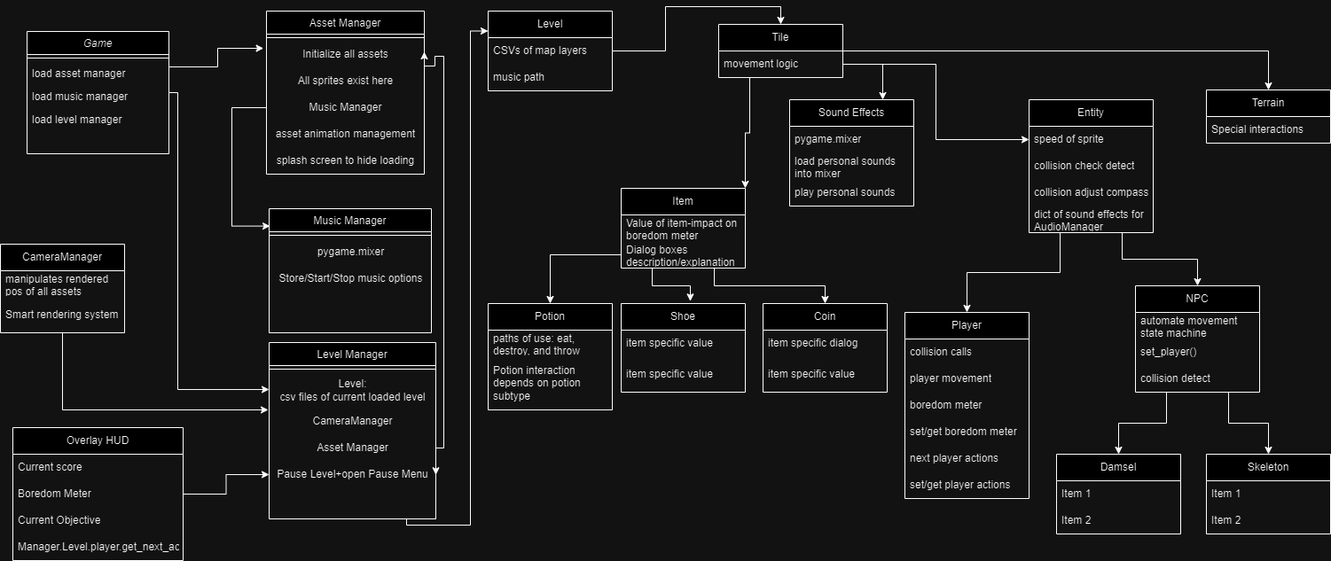
The draw.io diagram docs/Reluctant_Hero_System_Design.png in m-one-w/M1WEngine, before a commit. Source tidied: cells renumbered, new cells last; positions are measured from the earlier drawing's top-left corner, leaving out a move shared by most shapes.
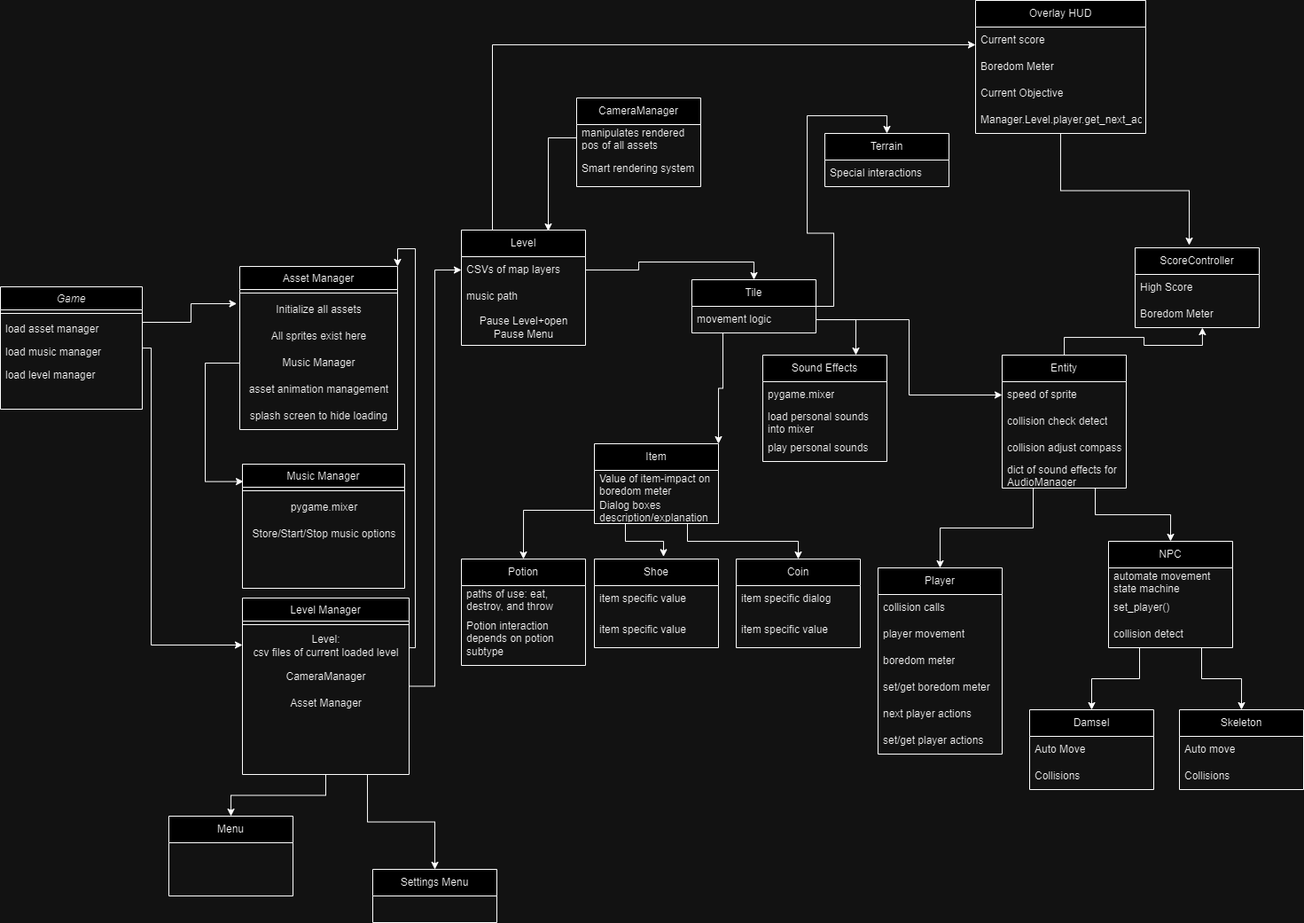
The same file after the commit.

Commit message:
Update system design doc

The edit, as a diff of the source:
```diff
@@ -50,13 +50,20 @@
     <mxCell id="17" value="Store/Start/Stop music options" style="text;html=1;align=center;verticalAlign=middle;strokeColor=none;fillColor=none;" parent="14" vertex="1">
       <mxGeometry y="64" width="183" height="30" as="geometry" />
     </mxCell>
+    <mxCell id="96" style="edgeStyle=orthogonalEdgeStyle;rounded=0;jettySize=auto;html=1;entryX=0;entryY=0.5;entryDx=0;entryDy=0;" parent="1" edge="1" source="19" target="30">
+      <mxGeometry relative="1" as="geometry">
+        <Array as="points">
+          <mxPoint x="520" y="474" />
+          <mxPoint x="520" y="4" />
+        </Array>
+      </mxGeometry>
+    </mxCell>
-    <mxCell id="18" style="edgeStyle=orthogonalEdgeStyle;rounded=0;jettySize=auto;html=1;exitX=1;exitY=0.75;exitDx=0;exitDy=0;entryX=1;entryY=0.25;entryDx=0;entryDy=0;endArrow=classic;endFill=1;startArrow=classic;startFill=1;" parent="1" edge="1" source="19" target="7">
+    <mxCell id="18" style="edgeStyle=orthogonalEdgeStyle;rounded=0;jettySize=auto;html=1;entryX=1;entryY=0;entryDx=0;entryDy=0;" parent="1" edge="1" source="19" target="7">
       <mxGeometry relative="1" as="geometry">
         <Array as="points">
-          <mxPoint x="500" y="493" />
-          <mxPoint x="500" y="51" />
-          <mxPoint x="490" y="51" />
-          <mxPoint x="490" y="62" />
+          <mxPoint x="498" y="430" />
+          <mxPoint x="498" y="-20" />
+          <mxPoint x="478" y="-20" />
         </Array>
       </mxGeometry>
     </mxCell>
@@ -75,9 +82,6 @@
     <mxCell id="23" value="Asset Manager" style="text;html=1;align=center;verticalAlign=middle;strokeColor=none;fillColor=none;" parent="19" vertex="1">
       <mxGeometry y="104" width="188" height="30" as="geometry" />
     </mxCell>
-    <mxCell id="24" value="Pause Level+open Pause Menu" style="text;html=1;align=center;verticalAlign=middle;points=[];strokeColor=none;fillColor=none;" parent="19" vertex="1">
-      <mxGeometry y="134" width="188" height="30" as="geometry" />
-    </mxCell>
     <mxCell id="25" style="edgeStyle=orthogonalEdgeStyle;rounded=0;jettySize=auto;html=1;exitX=1;exitY=0.5;exitDx=0;exitDy=0;entryX=-0.019;entryY=0.267;entryDx=0;entryDy=0;entryPerimeter=0;" parent="1" edge="1" source="4" target="9">
       <mxGeometry relative="1" as="geometry">
         <Array as="points">
@@ -88,7 +92,7 @@
       </mxGeometry>
     </mxCell>
     <mxCell id="26" value="CameraManager" style="swimlane;fontStyle=0;horizontal=1;startSize=30;whiteSpace=wrap;html=1;" parent="1" vertex="1">
-      <mxGeometry y="263" width="140" height="100" as="geometry" />
+      <mxGeometry x="680" y="-190" width="140" height="100" as="geometry" />
     </mxCell>
     <mxCell id="27" value="manipulates rendered pos of all assets" style="text;strokeColor=none;fillColor=none;align=left;verticalAlign=middle;spacingLeft=4;spacingRight=4;overflow=hidden;points=[[0,0.5],[1,0.5]];portConstraint=eastwest;whiteSpace=wrap;html=1;" parent="26" vertex="1">
       <mxGeometry y="30" width="140" height="30" as="geometry" />
@@ -97,7 +101,7 @@
       <mxGeometry y="60" width="140" height="40" as="geometry" />
     </mxCell>
     <mxCell id="29" value="Level" style="swimlane;fontStyle=0;horizontal=1;startSize=30;whiteSpace=wrap;html=1;" parent="1" vertex="1">
-      <mxGeometry x="550" width="140" height="90" as="geometry" />
+      <mxGeometry x="550" y="-41" width="140" height="130" as="geometry" />
     </mxCell>
     <mxCell id="30" value="CSVs of map layers" style="text;strokeColor=none;fillColor=none;align=left;verticalAlign=middle;spacingLeft=4;spacingRight=4;overflow=hidden;points=[[0,0.5],[1,0.5]];portConstraint=eastwest;whiteSpace=wrap;html=1;" parent="29" vertex="1">
       <mxGeometry y="30" width="140" height="30" as="geometry" />
@@ -105,15 +109,9 @@
     <mxCell id="31" value="music path" style="text;strokeColor=none;fillColor=none;align=left;verticalAlign=middle;spacingLeft=4;spacingRight=4;overflow=hidden;whiteSpace=wrap;html=1;" parent="29" vertex="1">
       <mxGeometry y="60" width="140" height="30" as="geometry" />
     </mxCell>
-    <mxCell id="32" style="edgeStyle=orthogonalEdgeStyle;rounded=0;jettySize=auto;html=1;exitX=1;exitY=1;exitDx=0;exitDy=0;entryX=0;entryY=0.25;entryDx=0;entryDy=0;" parent="1" edge="1" source="19" target="29">
-      <mxGeometry relative="1" as="geometry">
-        <Array as="points">
-          <mxPoint x="458" y="580" />
-          <mxPoint x="530" y="580" />
-          <mxPoint x="530" y="23" />
-        </Array>
-      </mxGeometry>
-    </mxCell>
+    <mxCell id="24" value="Pause Level+open &lt;br&gt;Pause Menu" style="text;html=1;align=center;verticalAlign=middle;points=[];strokeColor=none;fillColor=none;" parent="29" vertex="1">
+      <mxGeometry y="90" width="140" height="40" as="geometry" />
+    </mxCell>
     <mxCell id="33" style="edgeStyle=orthogonalEdgeStyle;rounded=0;jettySize=auto;html=1;exitX=0.25;exitY=1;exitDx=0;exitDy=0;entryX=1;entryY=0;entryDx=0;entryDy=0;" parent="1" edge="1" source="35" target="38">
       <mxGeometry relative="1" as="geometry" />
     </mxCell>
@@ -144,6 +142,9 @@
     <mxCell id="42" style="edgeStyle=orthogonalEdgeStyle;rounded=0;jettySize=auto;html=1;exitX=0.75;exitY=1;exitDx=0;exitDy=0;entryX=0.5;entryY=0;entryDx=0;entryDy=0;" parent="1" edge="1" source="43" target="71">
       <mxGeometry relative="1" as="geometry" />
     </mxCell>
+    <mxCell id="97" style="edgeStyle=orthogonalEdgeStyle;rounded=0;jettySize=auto;html=1;entryX=0.542;entryY=1.001;entryDx=0;entryDy=0;entryPerimeter=0;" parent="1" edge="1" source="43" target="106">
+      <mxGeometry relative="1" as="geometry" />
+    </mxCell>
     <mxCell id="43" value="Entity" style="swimlane;fontStyle=0;horizontal=1;startSize=30;whiteSpace=wrap;html=1;" parent="1" vertex="1">
       <mxGeometry x="1160" y="100" width="140" height="150" as="geometry" />
     </mxCell>
@@ -171,19 +172,19 @@
     <mxCell id="51" value="Skeleton" style="swimlane;fontStyle=0;horizontal=1;startSize=30;whiteSpace=wrap;html=1;" parent="1" vertex="1">
       <mxGeometry x="1360" y="500" width="140" height="90" as="geometry" />
     </mxCell>
-    <mxCell id="52" value="Item 1" style="text;strokeColor=none;fillColor=none;align=left;verticalAlign=middle;spacingLeft=4;spacingRight=4;overflow=hidden;whiteSpace=wrap;html=1;" parent="51" vertex="1">
+    <mxCell id="52" value="Auto move" style="text;strokeColor=none;fillColor=none;align=left;verticalAlign=middle;spacingLeft=4;spacingRight=4;overflow=hidden;whiteSpace=wrap;html=1;" parent="51" vertex="1">
       <mxGeometry y="30" width="140" height="30" as="geometry" />
     </mxCell>
-    <mxCell id="53" value="Item 2" style="text;strokeColor=none;fillColor=none;align=left;verticalAlign=middle;spacingLeft=4;spacingRight=4;overflow=hidden;whiteSpace=wrap;html=1;" parent="51" vertex="1">
+    <mxCell id="53" value="Collisions" style="text;strokeColor=none;fillColor=none;align=left;verticalAlign=middle;spacingLeft=4;spacingRight=4;overflow=hidden;whiteSpace=wrap;html=1;" parent="51" vertex="1">
       <mxGeometry y="60" width="140" height="30" as="geometry" />
     </mxCell>
     <mxCell id="54" value="Damsel" style="swimlane;fontStyle=0;horizontal=1;startSize=30;whiteSpace=wrap;html=1;" parent="1" vertex="1">
       <mxGeometry x="1191" y="500" width="140" height="90" as="geometry" />
     </mxCell>
-    <mxCell id="55" value="Item 1" style="text;strokeColor=none;fillColor=none;align=left;verticalAlign=middle;spacingLeft=4;spacingRight=4;overflow=hidden;whiteSpace=wrap;html=1;" parent="54" vertex="1">
+    <mxCell id="55" value="Auto Move" style="text;strokeColor=none;fillColor=none;align=left;verticalAlign=middle;spacingLeft=4;spacingRight=4;overflow=hidden;whiteSpace=wrap;html=1;" parent="54" vertex="1">
       <mxGeometry y="30" width="140" height="30" as="geometry" />
     </mxCell>
-    <mxCell id="56" value="Item 2" style="text;strokeColor=none;fillColor=none;align=left;verticalAlign=middle;spacingLeft=4;spacingRight=4;overflow=hidden;whiteSpace=wrap;html=1;" parent="54" vertex="1">
+    <mxCell id="56" value="Collisions" style="text;strokeColor=none;fillColor=none;align=left;verticalAlign=middle;spacingLeft=4;spacingRight=4;overflow=hidden;whiteSpace=wrap;html=1;" parent="54" vertex="1">
       <mxGeometry y="60" width="140" height="30" as="geometry" />
     </mxCell>
     <mxCell id="57" value="Player" style="swimlane;fontStyle=0;horizontal=1;startSize=30;whiteSpace=wrap;html=1;" parent="1" vertex="1">
@@ -244,16 +245,20 @@
       <mxGeometry relative="1" as="geometry" />
     </mxCell>
     <mxCell id="76" value="Terrain" style="swimlane;fontStyle=0;horizontal=1;startSize=30;whiteSpace=wrap;html=1;" parent="1" vertex="1">
-      <mxGeometry x="1360" y="89" width="140" height="60" as="geometry" />
+      <mxGeometry x="960" y="-150" width="140" height="60" as="geometry" />
     </mxCell>
     <mxCell id="77" value="Special interactions" style="text;strokeColor=none;fillColor=none;align=left;verticalAlign=middle;spacingLeft=4;spacingRight=4;overflow=hidden;whiteSpace=wrap;html=1;" parent="76" vertex="1">
       <mxGeometry y="30" width="140" height="30" as="geometry" />
     </mxCell>
-    <mxCell id="78" style="edgeStyle=orthogonalEdgeStyle;rounded=0;jettySize=auto;html=1;" parent="1" edge="1" source="79" target="24">
-      <mxGeometry relative="1" as="geometry" />
-    </mxCell>
+    <mxCell id="98" style="edgeStyle=orthogonalEdgeStyle;rounded=0;jettySize=auto;html=1;exitX=0.25;exitY=0;exitDx=0;exitDy=0;" parent="1" edge="1" source="29" target="79">
+      <mxGeometry relative="1" as="geometry">
+        <Array as="points">
+          <mxPoint x="585" y="-250" />
+        </Array>
+      </mxGeometry>
+    </mxCell>
     <mxCell id="79" value="Overlay HUD" style="swimlane;fontStyle=0;horizontal=1;startSize=30;whiteSpace=wrap;html=1;" parent="1" vertex="1">
-      <mxGeometry x="14" y="470" width="192" height="150" as="geometry" />
+      <mxGeometry x="1130" y="-300" width="192" height="150" as="geometry" />
     </mxCell>
     <mxCell id="80" value="Current score" style="text;strokeColor=none;fillColor=none;align=left;verticalAlign=middle;spacingLeft=4;spacingRight=4;overflow=hidden;whiteSpace=wrap;html=1;" parent="79" vertex="1">
       <mxGeometry y="30" width="192" height="30" as="geometry" />
@@ -310,14 +315,32 @@
     <mxCell id="94" style="edgeStyle=orthogonalEdgeStyle;rounded=0;jettySize=auto;html=1;exitX=0;exitY=0.5;exitDx=0;exitDy=0;entryX=0.5;entryY=0;entryDx=0;entryDy=0;" parent="1" edge="1" source="40" target="91">
       <mxGeometry relative="1" as="geometry" />
     </mxCell>
-    <mxCell id="95" style="edgeStyle=orthogonalEdgeStyle;rounded=0;jettySize=auto;html=1;" parent="1" edge="1" source="28">
-      <mxGeometry relative="1" as="geometry">
-        <mxPoint x="302" y="450" as="targetPoint" />
-        <Array as="points">
-          <mxPoint x="70" y="450" />
-          <mxPoint x="302" y="450" />
-        </Array>
-      </mxGeometry>
-    </mxCell>
+    <mxCell id="99" style="edgeStyle=orthogonalEdgeStyle;rounded=0;jettySize=auto;html=1;exitX=0.5;exitY=1;exitDx=0;exitDy=0;" parent="1" edge="1" source="19" target="100">
+      <mxGeometry relative="1" as="geometry" />
+    </mxCell>
+    <mxCell id="100" value="Menu" style="swimlane;fontStyle=0;horizontal=1;startSize=30;whiteSpace=wrap;html=1;" parent="1" vertex="1">
+      <mxGeometry x="220" y="620" width="140" height="90" as="geometry" />
+    </mxCell>
+    <mxCell id="101" style="edgeStyle=orthogonalEdgeStyle;rounded=0;jettySize=auto;html=1;exitX=0.75;exitY=1;exitDx=0;exitDy=0;" parent="1" edge="1" source="19" target="102">
+      <mxGeometry relative="1" as="geometry" />
+    </mxCell>
+    <mxCell id="102" value="Settings Menu" style="swimlane;fontStyle=0;horizontal=1;startSize=30;whiteSpace=wrap;html=1;" parent="1" vertex="1">
+      <mxGeometry x="450" y="680" width="140" height="60" as="geometry" />
+    </mxCell>
+    <mxCell id="103" style="edgeStyle=orthogonalEdgeStyle;rounded=0;jettySize=auto;html=1;entryX=0.7;entryY=0.008;entryDx=0;entryDy=0;entryPerimeter=0;" parent="1" edge="1" source="27" target="29">
+      <mxGeometry relative="1" as="geometry" />
+    </mxCell>
+    <mxCell id="104" value="ScoreController" style="swimlane;fontStyle=0;horizontal=1;startSize=30;whiteSpace=wrap;html=1;" parent="1" vertex="1">
+      <mxGeometry x="1310" y="-21" width="140" height="90" as="geometry" />
+    </mxCell>
+    <mxCell id="105" value="High Score" style="text;strokeColor=none;fillColor=none;align=left;verticalAlign=middle;spacingLeft=4;spacingRight=4;overflow=hidden;whiteSpace=wrap;html=1;" parent="104" vertex="1">
+      <mxGeometry y="30" width="140" height="30" as="geometry" />
+    </mxCell>
+    <mxCell id="106" value="Boredom Meter" style="text;strokeColor=none;fillColor=none;align=left;verticalAlign=middle;spacingLeft=4;spacingRight=4;overflow=hidden;points=[[0,0.5],[1,0.5]];portConstraint=eastwest;whiteSpace=wrap;html=1;" parent="104" vertex="1">
+      <mxGeometry y="60" width="140" height="30" as="geometry" />
+    </mxCell>
+    <mxCell id="107" style="edgeStyle=orthogonalEdgeStyle;rounded=0;jettySize=auto;html=1;entryX=0.436;entryY=-0.033;entryDx=0;entryDy=0;entryPerimeter=0;" parent="1" edge="1" source="79" target="104">
+      <mxGeometry relative="1" as="geometry" />
+    </mxCell>
   </root>
 </mxGraphModel>
```
